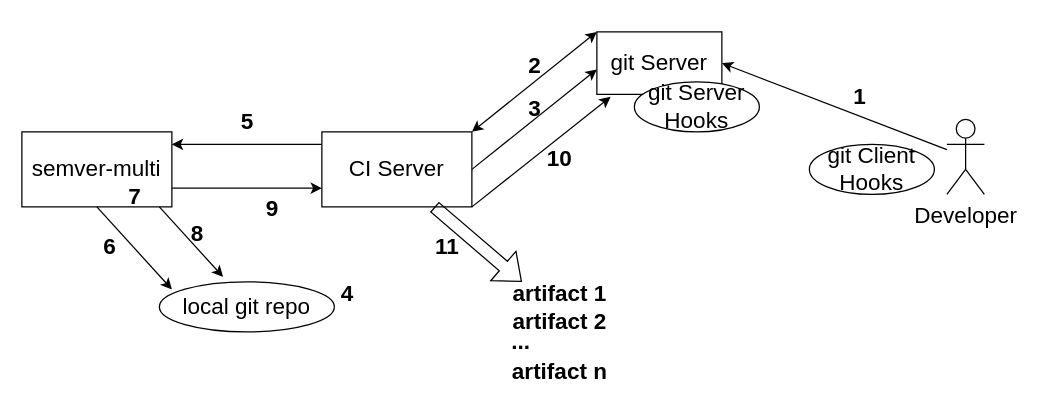
The draw.io diagram resources/semver-multi-architecture.drawio in kineticfire-labs/semver-multi, before the edit. Source tidied: cells renumbered, new cells numbered last; positions are measured from the earlier drawing's top-left corner, leaving out a move shared by most shapes. Both pictures are drawn from the tidied source at 125%, with x=0, y=0 at pixel (21, 31).
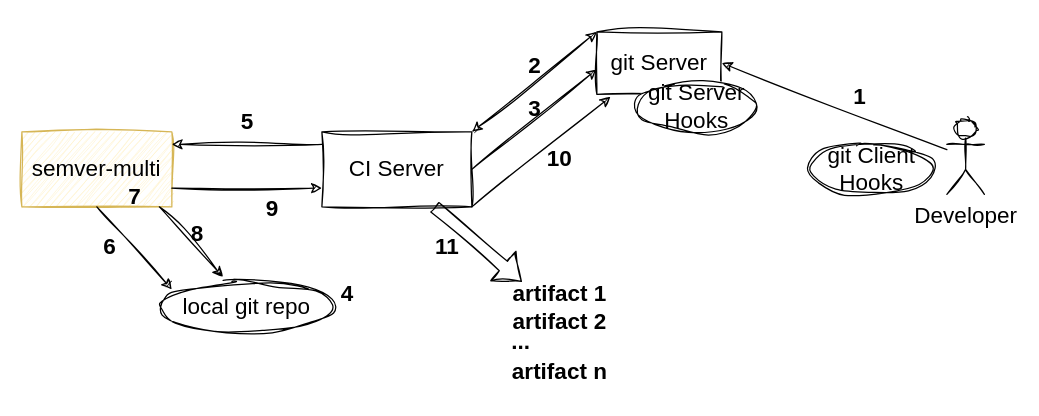
The same page after the edit.

Change to the diagram source:
```diff
@@
-    <mxCell id="2" value="git Server" style="rounded=0;whiteSpace=wrap;html=1;fontSize=18;" parent="1" vertex="1">
+    <mxCell id="2" value="git Server" style="rounded=0;whiteSpace=wrap;html=1;fontSize=18;sketch=1;curveFitting=1;jiggle=2;" parent="1" vertex="1">
       <mxGeometry x="460" width="100" height="50" as="geometry" />
     </mxCell>
-    <mxCell id="3" value="&lt;font style=&quot;font-size: 18px;&quot;&gt;Developer&lt;/font&gt;" style="shape=umlActor;verticalLabelPosition=bottom;verticalAlign=top;html=1;outlineConnect=0;" parent="1" vertex="1">
+    <mxCell id="3" value="&lt;font style=&quot;font-size: 18px;&quot;&gt;Developer&lt;/font&gt;" style="shape=umlActor;verticalLabelPosition=bottom;verticalAlign=top;html=1;outlineConnect=0;sketch=1;curveFitting=1;jiggle=2;" parent="1" vertex="1">
       <mxGeometry x="740" y="70" width="30" height="60" as="geometry" />
     </mxCell>
-    <mxCell id="4" value="git Client Hooks" style="ellipse;whiteSpace=wrap;html=1;fontSize=18;" parent="1" vertex="1">
+    <mxCell id="4" value="git Client Hooks" style="ellipse;whiteSpace=wrap;html=1;fontSize=18;sketch=1;curveFitting=1;jiggle=2;" parent="1" vertex="1">
       <mxGeometry x="630" y="90" width="100" height="40" as="geometry" />
     </mxCell>
-    <mxCell id="5" value="git Server Hooks" style="ellipse;whiteSpace=wrap;html=1;fontSize=18;" parent="1" vertex="1">
+    <mxCell id="5" value="git Server Hooks" style="ellipse;whiteSpace=wrap;html=1;fontSize=18;sketch=1;curveFitting=1;jiggle=2;" parent="1" vertex="1">
       <mxGeometry x="490" y="40" width="100" height="40" as="geometry" />
     </mxCell>
-    <mxCell id="6" value="CI Server" style="rounded=0;whiteSpace=wrap;html=1;fontSize=18;" parent="1" vertex="1">
+    <mxCell id="6" value="CI Server" style="rounded=0;whiteSpace=wrap;html=1;fontSize=18;sketch=1;curveFitting=1;jiggle=2;" parent="1" vertex="1">
       <mxGeometry x="240" y="80" width="120" height="60" as="geometry" />
     </mxCell>
-    <mxCell id="7" value="semver-multi" style="rounded=0;whiteSpace=wrap;html=1;fontSize=18;" parent="1" vertex="1">
+    <mxCell id="7" value="semver-multi" style="rounded=0;whiteSpace=wrap;html=1;fontSize=18;sketch=1;curveFitting=1;jiggle=2;fillColor=#fff2cc;strokeColor=#d6b656;" parent="1" vertex="1">
       <mxGeometry y="80" width="120" height="60" as="geometry" />
     </mxCell>
-    <mxCell id="8" style="endArrow=classic;html=1;rounded=0;exitX=1;exitY=0.25;exitDx=0;exitDy=0;" parent="1" edge="1">
+    <mxCell id="8" style="endArrow=classic;html=1;rounded=0;exitX=1;exitY=0.25;exitDx=0;exitDy=0;sketch=1;curveFitting=1;jiggle=2;" parent="1" edge="1">
       <mxGeometry relative="1" as="geometry">
         <mxPoint x="360" y="110" as="sourcePoint" />
         <mxPoint x="460" y="30" as="targetPoint" />
       </mxGeometry>
     </mxCell>
-    <mxCell id="9" style="endArrow=classic;html=1;rounded=0;entryX=1;entryY=0.5;entryDx=0;entryDy=0;" parent="1" edge="1" source="3" target="2">
+    <mxCell id="9" style="endArrow=classic;html=1;rounded=0;entryX=1;entryY=0.5;entryDx=0;entryDy=0;sketch=1;curveFitting=1;jiggle=2;" parent="1" edge="1" source="3" target="2">
       <mxGeometry relative="1" as="geometry" />
     </mxCell>
-    <mxCell id="10" style="endArrow=classic;html=1;rounded=0;entryX=0.364;entryY=-0.1;entryDx=0;entryDy=0;entryPerimeter=0;" parent="1" edge="1" target="17">
+    <mxCell id="10" style="endArrow=classic;html=1;rounded=0;entryX=0.364;entryY=-0.1;entryDx=0;entryDy=0;entryPerimeter=0;sketch=1;curveFitting=1;jiggle=2;" parent="1" edge="1" target="17">
       <mxGeometry relative="1" as="geometry">
         <mxPoint x="110" y="140" as="sourcePoint" />
       </mxGeometry>
     </mxCell>
-    <mxCell id="11" style="endArrow=classic;startArrow=classic;html=1;rounded=0;exitX=1;exitY=0;exitDx=0;exitDy=0;entryX=0;entryY=0;entryDx=0;entryDy=0;" parent="1" edge="1" source="6" target="2">
+    <mxCell id="11" style="endArrow=classic;startArrow=classic;html=1;rounded=0;exitX=1;exitY=0;exitDx=0;exitDy=0;entryX=0;entryY=0;entryDx=0;entryDy=0;sketch=1;curveFitting=1;jiggle=2;" parent="1" edge="1" source="6" target="2">
       <mxGeometry relative="1" as="geometry" />
     </mxCell>
-    <mxCell id="12" value="&lt;font style=&quot;font-size: 18px;&quot;&gt;1&lt;/font&gt;" style="text;strokeColor=none;fillColor=none;html=1;fontSize=24;fontStyle=1;verticalAlign=middle;align=center;" parent="1" vertex="1">
+    <mxCell id="12" value="&lt;font style=&quot;font-size: 18px;&quot;&gt;1&lt;/font&gt;" style="text;strokeColor=none;fillColor=none;html=1;fontSize=24;fontStyle=1;verticalAlign=middle;align=center;sketch=1;curveFitting=1;jiggle=2;" parent="1" vertex="1">
       <mxGeometry x="620" y="30" width="100" height="40" as="geometry" />
     </mxCell>
-    <mxCell id="13" value="&lt;font style=&quot;font-size: 18px;&quot;&gt;2&lt;/font&gt;" style="text;strokeColor=none;fillColor=none;html=1;fontSize=24;fontStyle=1;verticalAlign=middle;align=center;" parent="1" vertex="1">
+    <mxCell id="13" value="&lt;font style=&quot;font-size: 18px;&quot;&gt;2&lt;/font&gt;" style="text;strokeColor=none;fillColor=none;html=1;fontSize=24;fontStyle=1;verticalAlign=middle;align=center;sketch=1;curveFitting=1;jiggle=2;" parent="1" vertex="1">
       <mxGeometry x="360" y="5" width="100" height="40" as="geometry" />
     </mxCell>
-    <mxCell id="14" style="endArrow=classic;html=1;rounded=0;exitX=1;exitY=1;exitDx=0;exitDy=0;exitPerimeter=0;entryX=0.11;entryY=1.04;entryDx=0;entryDy=0;entryPerimeter=0;" parent="1" edge="1" source="6" target="2">
+    <mxCell id="14" style="endArrow=classic;html=1;rounded=0;exitX=1;exitY=1;exitDx=0;exitDy=0;exitPerimeter=0;entryX=0.11;entryY=1.04;entryDx=0;entryDy=0;entryPerimeter=0;sketch=1;curveFitting=1;jiggle=2;" parent="1" edge="1" source="6" target="2">
       <mxGeometry relative="1" as="geometry" />
     </mxCell>
-    <mxCell id="15" style="endArrow=classic;html=1;rounded=0;exitX=1;exitY=0.25;exitDx=0;exitDy=0;" parent="1" edge="1">
+    <mxCell id="15" style="endArrow=classic;html=1;rounded=0;exitX=1;exitY=0.25;exitDx=0;exitDy=0;sketch=1;curveFitting=1;jiggle=2;" parent="1" edge="1">
       <mxGeometry relative="1" as="geometry">
         <mxPoint x="240" y="90" as="sourcePoint" />
         <mxPoint x="120" y="90" as="targetPoint" />
       </mxGeometry>
     </mxCell>
-    <mxCell id="16" style="endArrow=classic;html=1;rounded=0;exitX=1;exitY=0.75;exitDx=0;exitDy=0;entryX=0;entryY=0.75;entryDx=0;entryDy=0;" parent="1" edge="1" source="7" target="6">
+    <mxCell id="16" style="endArrow=classic;html=1;rounded=0;exitX=1;exitY=0.75;exitDx=0;exitDy=0;entryX=0;entryY=0.75;entryDx=0;entryDy=0;sketch=1;curveFitting=1;jiggle=2;" parent="1" edge="1" source="7" target="6">
       <mxGeometry relative="1" as="geometry" />
     </mxCell>
-    <mxCell id="17" value="local git repo" style="ellipse;whiteSpace=wrap;html=1;fontSize=18;" parent="1" vertex="1">
+    <mxCell id="17" value="local git repo" style="ellipse;whiteSpace=wrap;html=1;fontSize=18;sketch=1;curveFitting=1;jiggle=2;" parent="1" vertex="1">
       <mxGeometry x="110" y="200" width="140" height="40" as="geometry" />
     </mxCell>
-    <mxCell id="18" value="&lt;font style=&quot;font-size: 18px;&quot;&gt;6&lt;/font&gt;" style="text;strokeColor=none;fillColor=none;html=1;fontSize=24;fontStyle=1;verticalAlign=middle;align=center;" parent="1" vertex="1">
+    <mxCell id="18" value="&lt;font style=&quot;font-size: 18px;&quot;&gt;6&lt;/font&gt;" style="text;strokeColor=none;fillColor=none;html=1;fontSize=24;fontStyle=1;verticalAlign=middle;align=center;sketch=1;curveFitting=1;jiggle=2;" parent="1" vertex="1">
       <mxGeometry x="20" y="150" width="100" height="40" as="geometry" />
     </mxCell>
-    <mxCell id="19" value="&lt;font style=&quot;font-size: 18px;&quot;&gt;4&lt;/font&gt;" style="text;strokeColor=none;fillColor=none;html=1;fontSize=24;fontStyle=1;verticalAlign=middle;align=center;" parent="1" vertex="1">
+    <mxCell id="19" value="&lt;font style=&quot;font-size: 18px;&quot;&gt;4&lt;/font&gt;" style="text;strokeColor=none;fillColor=none;html=1;fontSize=24;fontStyle=1;verticalAlign=middle;align=center;sketch=1;curveFitting=1;jiggle=2;" parent="1" vertex="1">
       <mxGeometry x="210" y="188" width="100" height="40" as="geometry" />
     </mxCell>
-    <mxCell id="20" value="&lt;font style=&quot;font-size: 18px;&quot;&gt;5&lt;/font&gt;" style="text;strokeColor=none;fillColor=none;html=1;fontSize=24;fontStyle=1;verticalAlign=middle;align=center;" parent="1" vertex="1">
+    <mxCell id="20" value="&lt;font style=&quot;font-size: 18px;&quot;&gt;5&lt;/font&gt;" style="text;strokeColor=none;fillColor=none;html=1;fontSize=24;fontStyle=1;verticalAlign=middle;align=center;sketch=1;curveFitting=1;jiggle=2;" parent="1" vertex="1">
       <mxGeometry x="130" y="50" width="100" height="40" as="geometry" />
     </mxCell>
-    <mxCell id="21" value="&lt;font style=&quot;font-size: 18px;&quot;&gt;9&lt;/font&gt;" style="text;strokeColor=none;fillColor=none;html=1;fontSize=24;fontStyle=1;verticalAlign=middle;align=center;" parent="1" vertex="1">
+    <mxCell id="21" value="&lt;font style=&quot;font-size: 18px;&quot;&gt;9&lt;/font&gt;" style="text;strokeColor=none;fillColor=none;html=1;fontSize=24;fontStyle=1;verticalAlign=middle;align=center;sketch=1;curveFitting=1;jiggle=2;" parent="1" vertex="1">
       <mxGeometry x="150" y="120" width="100" height="40" as="geometry" />
     </mxCell>
-    <mxCell id="22" style="endArrow=classic;html=1;rounded=0;entryX=0.364;entryY=-0.1;entryDx=0;entryDy=0;entryPerimeter=0;exitX=0.5;exitY=1;exitDx=0;exitDy=0;" parent="1" edge="1" source="7">
+    <mxCell id="22" style="endArrow=classic;html=1;rounded=0;entryX=0.364;entryY=-0.1;entryDx=0;entryDy=0;entryPerimeter=0;exitX=0.5;exitY=1;exitDx=0;exitDy=0;sketch=1;curveFitting=1;jiggle=2;" parent="1" edge="1" source="7">
       <mxGeometry relative="1" as="geometry">
         <mxPoint x="120" y="206" as="targetPoint" />
       </mxGeometry>
     </mxCell>
-    <mxCell id="23" value="&lt;font style=&quot;font-size: 18px;&quot;&gt;11&lt;/font&gt;" style="text;strokeColor=none;fillColor=none;html=1;fontSize=24;fontStyle=1;verticalAlign=middle;align=center;" parent="1" vertex="1">
+    <mxCell id="23" value="&lt;font style=&quot;font-size: 18px;&quot;&gt;11&lt;/font&gt;" style="text;strokeColor=none;fillColor=none;html=1;fontSize=24;fontStyle=1;verticalAlign=middle;align=center;sketch=1;curveFitting=1;jiggle=2;" parent="1" vertex="1">
       <mxGeometry x="290" y="150" width="100" height="40" as="geometry" />
     </mxCell>
-    <mxCell id="24" value="&lt;font style=&quot;font-size: 18px;&quot;&gt;7&lt;/font&gt;" style="text;strokeColor=none;fillColor=none;html=1;fontSize=24;fontStyle=1;verticalAlign=middle;align=center;" parent="1" vertex="1">
+    <mxCell id="24" value="&lt;font style=&quot;font-size: 18px;&quot;&gt;7&lt;/font&gt;" style="text;strokeColor=none;fillColor=none;html=1;fontSize=24;fontStyle=1;verticalAlign=middle;align=center;sketch=1;curveFitting=1;jiggle=2;" parent="1" vertex="1">
       <mxGeometry x="40" y="110" width="100" height="40" as="geometry" />
     </mxCell>
-    <mxCell id="25" value="&lt;font style=&quot;font-size: 18px;&quot;&gt;8&lt;/font&gt;" style="text;strokeColor=none;fillColor=none;html=1;fontSize=24;fontStyle=1;verticalAlign=middle;align=center;" parent="1" vertex="1">
+    <mxCell id="25" value="&lt;font style=&quot;font-size: 18px;&quot;&gt;8&lt;/font&gt;" style="text;strokeColor=none;fillColor=none;html=1;fontSize=24;fontStyle=1;verticalAlign=middle;align=center;sketch=1;curveFitting=1;jiggle=2;" parent="1" vertex="1">
       <mxGeometry x="90" y="140" width="100" height="40" as="geometry" />
     </mxCell>
-    <mxCell id="26" value="&lt;font style=&quot;font-size: 18px;&quot;&gt;10&lt;/font&gt;" style="text;strokeColor=none;fillColor=none;html=1;fontSize=24;fontStyle=1;verticalAlign=middle;align=center;" parent="1" vertex="1">
+    <mxCell id="26" value="&lt;font style=&quot;font-size: 18px;&quot;&gt;10&lt;/font&gt;" style="text;strokeColor=none;fillColor=none;html=1;fontSize=24;fontStyle=1;verticalAlign=middle;align=center;sketch=1;curveFitting=1;jiggle=2;" parent="1" vertex="1">
       <mxGeometry x="380" y="80" width="100" height="40" as="geometry" />
     </mxCell>
-    <mxCell id="27" style="shape=flexArrow;endArrow=classic;html=1;rounded=0;exitX=0.75;exitY=1;exitDx=0;exitDy=0;" parent="1" edge="1" source="6">
+    <mxCell id="27" style="shape=flexArrow;endArrow=classic;html=1;rounded=0;exitX=0.75;exitY=1;exitDx=0;exitDy=0;sketch=1;curveFitting=1;jiggle=2;" parent="1" edge="1" source="6">
       <mxGeometry relative="1" as="geometry">
         <mxPoint x="400" y="200" as="targetPoint" />
       </mxGeometry>
     </mxCell>
-    <mxCell id="28" value="&lt;font style=&quot;font-size: 18px;&quot;&gt;artifact 1&lt;/font&gt;" style="text;strokeColor=none;fillColor=none;html=1;fontSize=24;fontStyle=1;verticalAlign=middle;align=center;" parent="1" vertex="1">
+    <mxCell id="28" value="&lt;font style=&quot;font-size: 18px;&quot;&gt;artifact 1&lt;/font&gt;" style="text;strokeColor=none;fillColor=none;html=1;fontSize=24;fontStyle=1;verticalAlign=middle;align=center;sketch=1;curveFitting=1;jiggle=2;" parent="1" vertex="1">
       <mxGeometry x="380" y="188" width="100" height="40" as="geometry" />
     </mxCell>
-    <mxCell id="29" value="&lt;font style=&quot;font-size: 18px;&quot;&gt;artifact 2&lt;/font&gt;" style="text;strokeColor=none;fillColor=none;html=1;fontSize=24;fontStyle=1;verticalAlign=middle;align=center;" parent="1" vertex="1">
+    <mxCell id="29" value="&lt;font style=&quot;font-size: 18px;&quot;&gt;artifact 2&lt;/font&gt;" style="text;strokeColor=none;fillColor=none;html=1;fontSize=24;fontStyle=1;verticalAlign=middle;align=center;sketch=1;curveFitting=1;jiggle=2;" parent="1" vertex="1">
       <mxGeometry x="380" y="210" width="100" height="40" as="geometry" />
     </mxCell>
-    <mxCell id="30" value="&lt;font style=&quot;font-size: 18px;&quot;&gt;...&lt;/font&gt;" style="text;strokeColor=none;fillColor=none;html=1;fontSize=24;fontStyle=1;verticalAlign=middle;align=left;" parent="1" vertex="1">
+    <mxCell id="30" value="&lt;font style=&quot;font-size: 18px;&quot;&gt;...&lt;/font&gt;" style="text;strokeColor=none;fillColor=none;html=1;fontSize=24;fontStyle=1;verticalAlign=middle;align=left;sketch=1;curveFitting=1;jiggle=2;" parent="1" vertex="1">
       <mxGeometry x="390" y="226" width="100" height="40" as="geometry" />
     </mxCell>
-    <mxCell id="31" value="&lt;font style=&quot;font-size: 18px;&quot;&gt;artifact n&lt;/font&gt;" style="text;strokeColor=none;fillColor=none;html=1;fontSize=24;fontStyle=1;verticalAlign=middle;align=center;" parent="1" vertex="1">
+    <mxCell id="31" value="&lt;font style=&quot;font-size: 18px;&quot;&gt;artifact n&lt;/font&gt;" style="text;strokeColor=none;fillColor=none;html=1;fontSize=24;fontStyle=1;verticalAlign=middle;align=center;sketch=1;curveFitting=1;jiggle=2;" parent="1" vertex="1">
       <mxGeometry x="380" y="250" width="100" height="40" as="geometry" />
     </mxCell>
-    <mxCell id="32" value="&lt;font style=&quot;font-size: 18px;&quot;&gt;3&lt;/font&gt;" style="text;strokeColor=none;fillColor=none;html=1;fontSize=24;fontStyle=1;verticalAlign=middle;align=center;" parent="1" vertex="1">
+    <mxCell id="32" value="&lt;font style=&quot;font-size: 18px;&quot;&gt;3&lt;/font&gt;" style="text;strokeColor=none;fillColor=none;html=1;fontSize=24;fontStyle=1;verticalAlign=middle;align=center;sketch=1;curveFitting=1;jiggle=2;" parent="1" vertex="1">
       <mxGeometry x="360" y="40" width="100" height="40" as="geometry" />
     </mxCell>
```
